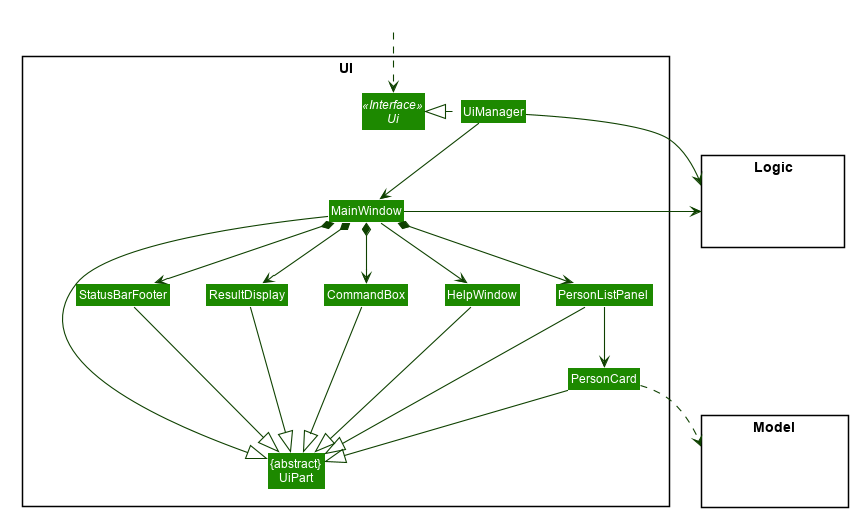
Before: docs/images/UiClassDiagram.png, a diagram exported from PlantUML (nus-cs2103-AY2021S1/tp).
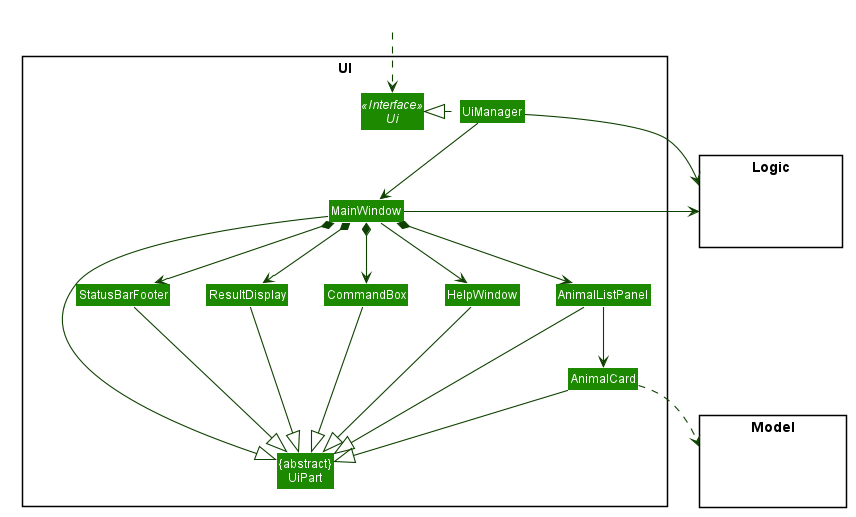
Above is the later version.

Change to the diagram source:
```diff
@@ -58,8 +58,8 @@
 Class MainWindow
 Class HelpWindow
 Class ResultDisplay
-Class PersonListPanel
-Class PersonCard
+Class AnimalListPanel
+Class AnimalCard
 Class StatusBarFooter
 Class CommandBox
 }
@@ -80,25 +80,25 @@
 MainWindow --> HelpWindow
 MainWindow *-down-> CommandBox
 MainWindow *-down-> ResultDisplay
-MainWindow *-down-> PersonListPanel
+MainWindow *-down-> AnimalListPanel
 MainWindow *-down-> StatusBarFooter
 
-PersonListPanel -down-> PersonCard
+AnimalListPanel -down-> AnimalCard
 
 MainWindow -left-|> UiPart
 
 ResultDisplay --|> UiPart
 CommandBox --|> UiPart
-PersonListPanel --|> UiPart
-PersonCard --|> UiPart
+AnimalListPanel --|> UiPart
+AnimalCard --|> UiPart
 StatusBarFooter --|> UiPart
 HelpWindow -down-|> UiPart
 
-PersonCard ..> Model
+AnimalCard ..> Model
 UiManager -right-> Logic
 MainWindow -left-> Logic
 
-PersonListPanel -[hidden]left- HelpWindow
+AnimalListPanel -[hidden]left- HelpWindow
 HelpWindow -[hidden]left- CommandBox
 CommandBox -[hidden]left- ResultDisplay
 ResultDisplay -[hidden]left- StatusBarFooter
```
